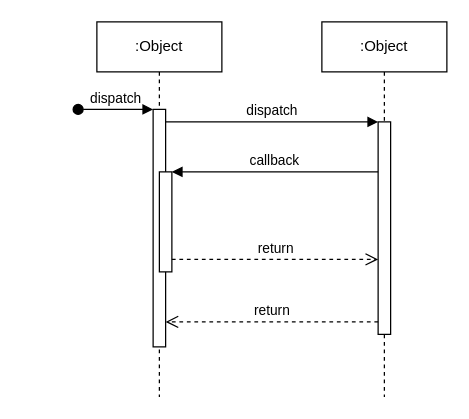
This is Untitled Diagram.drawio from amirabdullahi1/gold, a draw.io file, before an edit. Source tidied: cells renumbered, new cells numbered last; positions are measured from the earlier drawing's top-left corner, leaving out a move shared by most shapes. Both pictures are drawn from the tidied source at 125%, with x=0, y=0 at pixel (78, 21).
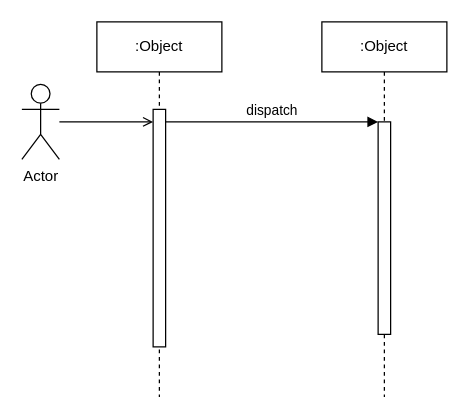
After the change.

Change to the diagram source:
```diff
@@
 <mxGraphModel>
   <root>
     <mxCell id="0" />
     <mxCell id="1" parent="0" />
     <mxCell id="2" value=":Object" style="shape=umlLifeline;perimeter=lifelinePerimeter;whiteSpace=wrap;html=1;newEdgeStyle={&quot;edgeStyle&quot;:&quot;elbowEdgeStyle&quot;,&quot;elbow&quot;:&quot;vertical&quot;,&quot;curved&quot;:0,&quot;rounded&quot;:0};" parent="1" vertex="1">
       <mxGeometry x="15" width="100" height="300" as="geometry" />
     </mxCell>
     <mxCell id="3" style="html=1;points=[];perimeter=orthogonalPerimeter;outlineConnect=0;targetShapes=umlLifeline;portConstraint=eastwest;newEdgeStyle={&quot;edgeStyle&quot;:&quot;elbowEdgeStyle&quot;,&quot;elbow&quot;:&quot;vertical&quot;,&quot;curved&quot;:0,&quot;rounded&quot;:0};" parent="2" vertex="1">
       <mxGeometry x="45" y="70" width="10" height="190" as="geometry" />
     </mxCell>
-    <mxCell id="4" value="dispatch" style="html=1;verticalAlign=bottom;startArrow=oval;endArrow=block;startSize=8;edgeStyle=elbowEdgeStyle;elbow=vertical;curved=0;rounded=0;" parent="2" edge="1" target="3">
-      <mxGeometry relative="1" as="geometry">
-        <mxPoint x="-15" y="70" as="sourcePoint" />
-      </mxGeometry>
-    </mxCell>
-    <mxCell id="5" style="html=1;points=[];perimeter=orthogonalPerimeter;outlineConnect=0;targetShapes=umlLifeline;portConstraint=eastwest;newEdgeStyle={&quot;edgeStyle&quot;:&quot;elbowEdgeStyle&quot;,&quot;elbow&quot;:&quot;vertical&quot;,&quot;curved&quot;:0,&quot;rounded&quot;:0};" parent="2" vertex="1">
-      <mxGeometry x="50" y="120" width="10" height="80" as="geometry" />
-    </mxCell>
     <mxCell id="6" value=":Object" style="shape=umlLifeline;perimeter=lifelinePerimeter;whiteSpace=wrap;html=1;newEdgeStyle={&quot;edgeStyle&quot;:&quot;elbowEdgeStyle&quot;,&quot;elbow&quot;:&quot;vertical&quot;,&quot;curved&quot;:0,&quot;rounded&quot;:0};" parent="1" vertex="1">
       <mxGeometry x="195" width="100" height="300" as="geometry" />
     </mxCell>
     <mxCell id="7" style="html=1;points=[];perimeter=orthogonalPerimeter;outlineConnect=0;targetShapes=umlLifeline;portConstraint=eastwest;newEdgeStyle={&quot;edgeStyle&quot;:&quot;elbowEdgeStyle&quot;,&quot;elbow&quot;:&quot;vertical&quot;,&quot;curved&quot;:0,&quot;rounded&quot;:0};" parent="6" vertex="1">
       <mxGeometry x="45" y="80" width="10" height="170" as="geometry" />
     </mxCell>
     <mxCell id="8" value="dispatch" style="html=1;verticalAlign=bottom;endArrow=block;edgeStyle=elbowEdgeStyle;elbow=vertical;curved=0;rounded=0;" parent="1" edge="1" source="3" target="7">
       <mxGeometry relative="1" as="geometry">
         <Array as="points">
           <mxPoint x="155" y="80" />
         </Array>
       </mxGeometry>
     </mxCell>
-    <mxCell id="9" value="return" style="html=1;verticalAlign=bottom;endArrow=open;dashed=1;endSize=8;edgeStyle=elbowEdgeStyle;elbow=vertical;curved=0;rounded=0;" parent="1" edge="1" source="7" target="3">
-      <mxGeometry relative="1" as="geometry">
-        <Array as="points">
-          <mxPoint x="165" y="240" />
-        </Array>
-      </mxGeometry>
-    </mxCell>
-    <mxCell id="10" value="callback" style="html=1;verticalAlign=bottom;endArrow=block;edgeStyle=elbowEdgeStyle;elbow=vertical;curved=0;rounded=0;" parent="1" edge="1" source="7" target="5">
-      <mxGeometry relative="1" as="geometry">
-        <Array as="points">
-          <mxPoint x="165" y="120" />
-        </Array>
-      </mxGeometry>
-    </mxCell>
-    <mxCell id="11" value="return" style="html=1;verticalAlign=bottom;endArrow=open;dashed=1;endSize=8;edgeStyle=elbowEdgeStyle;elbow=vertical;curved=0;rounded=0;" parent="1" edge="1" source="5" target="7">
-      <mxGeometry relative="1" as="geometry">
-        <Array as="points">
-          <mxPoint x="155" y="190" />
-        </Array>
-      </mxGeometry>
-    </mxCell>
+    <mxCell id="12" style="edgeStyle=orthogonalEdgeStyle;rounded=0;jettySize=auto;html=1;endArrow=open;endFill=0;" parent="1" edge="1" source="13" target="3">
+      <mxGeometry relative="1" as="geometry">
+        <Array as="points">
+          <mxPoint x="45" y="80" />
+          <mxPoint x="45" y="80" />
+        </Array>
+      </mxGeometry>
+    </mxCell>
+    <mxCell id="13" value="Actor" style="shape=umlActor;verticalLabelPosition=bottom;verticalAlign=top;html=1;outlineConnect=0;" parent="1" vertex="1">
+      <mxGeometry x="-45" y="50" width="30" height="60" as="geometry" />
+    </mxCell>
   </root>
 </mxGraphModel>
```
